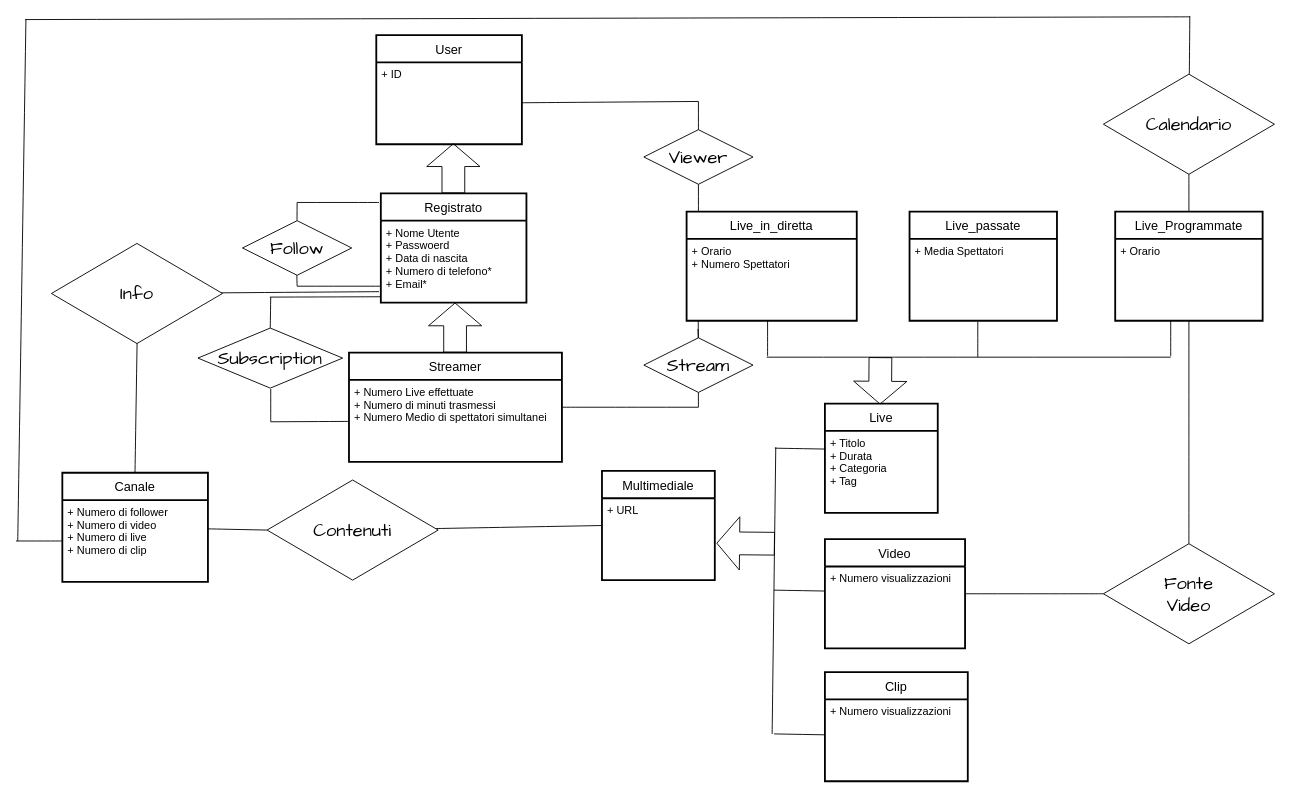
Before: DB/Progetto/Iniziale.drawio in lucrezio0987/Unito-GLPS, a draw.io diagram. Source tidied: cells renumbered, new cells numbered last; positions are measured from the earlier drawing's top-left corner, leaving out a move shared by most shapes. Both pictures are drawn from the tidied source at 91%, with x=0, y=0 at pixel (15, 15).
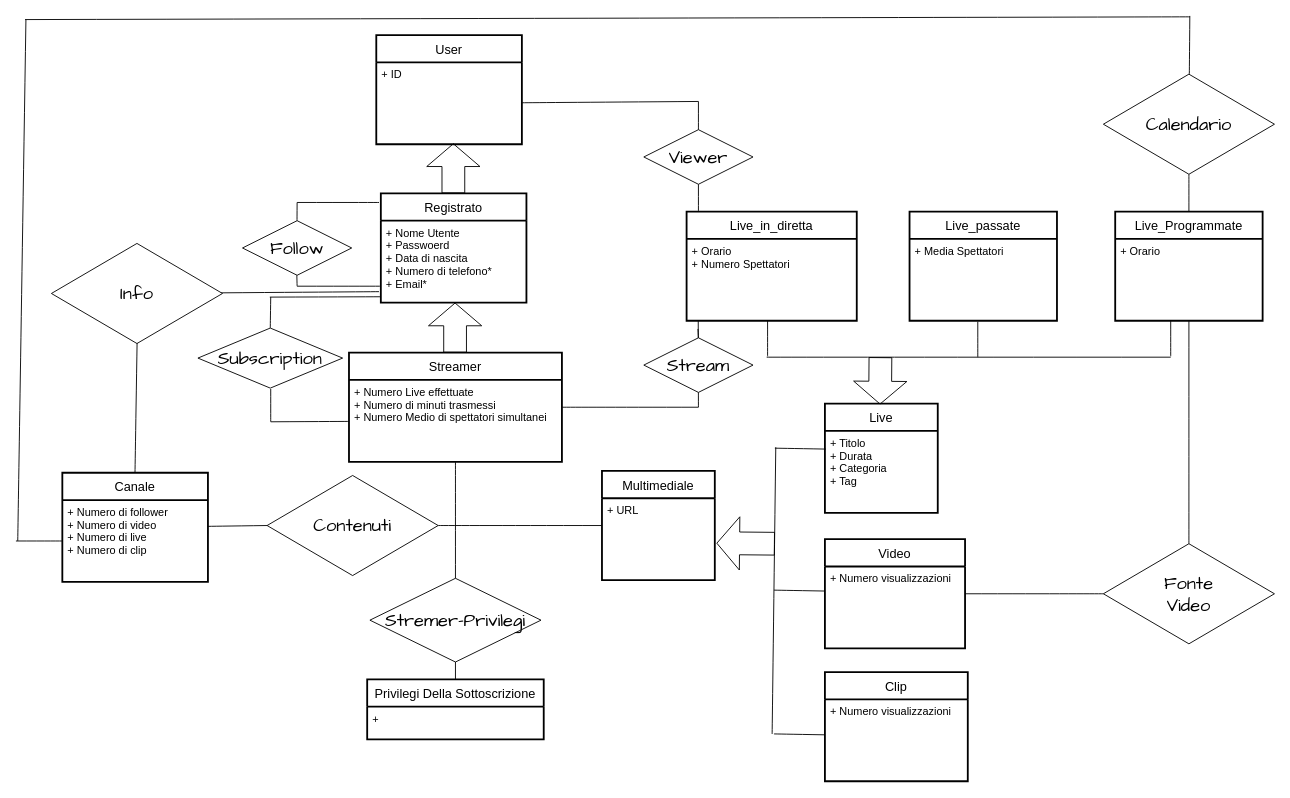
The same diagram, later.

Unchanged cells that the change refers to:
```xml
<mxCell id="6" value="+ Numero Live effettuate&#10;+ Numero di minuti trasmessi&#10;+ Numero Medio di spettatori simultanei" style="align=left;strokeColor=none;fillColor=none;spacingLeft=4;fontSize=12;verticalAlign=top;rounded=0;labelBackgroundColor=none;" parent="5" vertex="1">
  <mxGeometry y="30" width="234" height="90" as="geometry" />
</mxCell>
```

The edit, as a diff of the source:
```diff
@@
     <mxCell id="46" value="Contenuti" style="shape=rhombus;perimeter=rhombusPerimeter;whiteSpace=wrap;html=1;align=center;hachureGap=4;fontFamily=Architects Daughter;fontSize=20;labelBackgroundColor=none;rounded=0;" parent="1" vertex="1">
-      <mxGeometry x="276" y="510" width="188" height="110" as="geometry" />
+      <mxGeometry x="276" y="505" width="188" height="110" as="geometry" />
     </mxCell>
@@
+    <mxCell id="69" value="Privilegi Della Sottoscrizione" style="swimlane;horizontal=1;startSize=30;rounded=0;fontSize=14;fontStyle=0;strokeWidth=2;shadow=0;dashed=0;align=center;labelBackgroundColor=none;" parent="1" vertex="1">
+      <mxGeometry x="386" y="729" width="194" height="66" as="geometry" />
+    </mxCell>
+    <mxCell id="70" style="edgeStyle=none;curved=1;jettySize=auto;html=1;fontSize=12;endArrow=none;endFill=0;startSize=8;endSize=8;" parent="69" edge="1" source="71" target="69">
+      <mxGeometry relative="1" as="geometry" />
+    </mxCell>
+    <mxCell id="71" value="+ " style="align=left;strokeColor=none;fillColor=none;spacingLeft=4;fontSize=12;verticalAlign=top;rounded=0;labelBackgroundColor=none;" parent="69" vertex="1">
+      <mxGeometry y="30" width="194" height="36" as="geometry" />
+    </mxCell>
+    <mxCell id="72" style="edgeStyle=none;curved=1;jettySize=auto;html=1;fontSize=12;endArrow=none;endFill=0;startSize=8;endSize=8;entryX=0.5;entryY=0;entryDx=0;entryDy=0;" parent="1" edge="1" source="6" target="69">
+      <mxGeometry relative="1" as="geometry" />
+    </mxCell>
+    <mxCell id="73" value="Stremer-Privilegi" style="shape=rhombus;perimeter=rhombusPerimeter;whiteSpace=wrap;html=1;align=center;hachureGap=4;fontFamily=Architects Daughter;fontSize=20;labelBackgroundColor=none;rounded=0;" parent="1" vertex="1">
+      <mxGeometry x="389" y="618" width="188" height="92" as="geometry" />
+    </mxCell>
```
